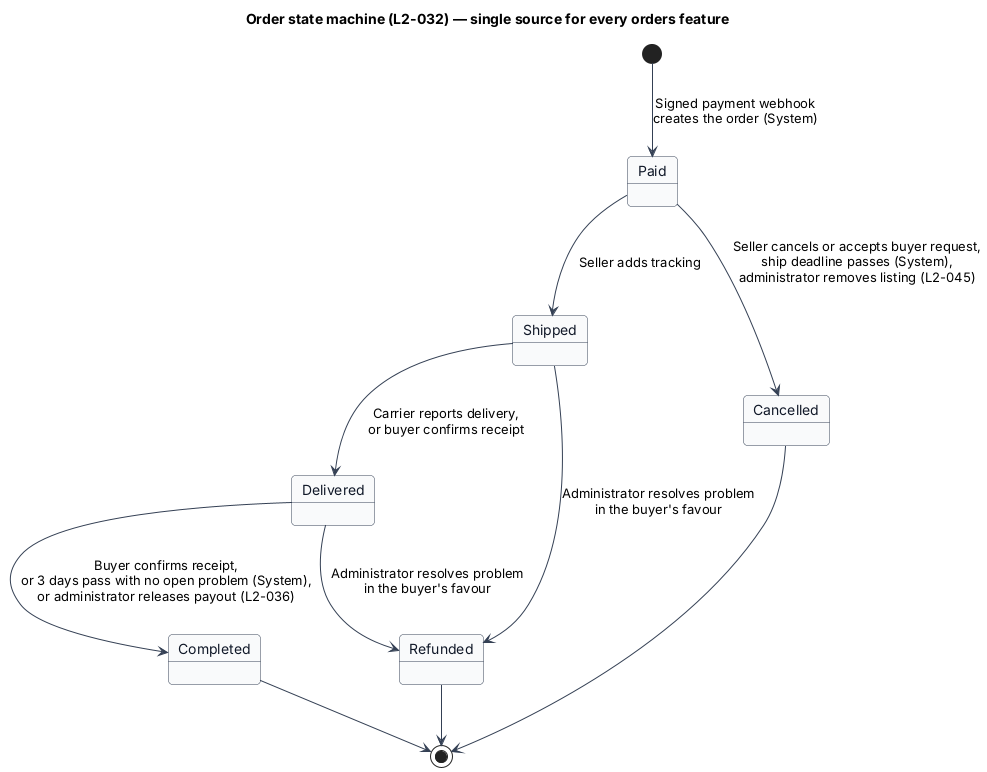
The PlantUML diagram docs/detailed-designs/orders/ship-order/diagrams/state-machine.png in QuinntyneBrown/12l, before a commit. The source it was exported from:
```plantuml
@startuml
skinparam backgroundColor #FFFFFF
skinparam shadowing false
skinparam roundcorner 8
skinparam defaultFontName Arial
skinparam ArrowColor #344054
skinparam class {
  BorderColor #344054
  FontColor #101828
  BackgroundColor #F9FAFB
}

skinparam state {
  BorderColor #344054
  FontColor #101828
  BackgroundColor #F9FAFB
}
title Order state machine (L2-032) — single source for every orders feature
[*] --> Paid : Signed payment webhook\ncreates the order (System)
Paid --> Shipped : Seller adds tracking
Paid --> Cancelled : Seller cancels or accepts buyer request,\nship deadline passes (System),\nadministrator removes listing (L2-045)
Shipped --> Delivered : Carrier reports delivery,\nor buyer confirms receipt
Delivered --> Completed : Buyer confirms receipt,\nor 3 days pass with no open problem (System),\nor administrator releases payout (L2-036)
Shipped --> Refunded : Administrator resolves problem\nin the buyer's favour
Delivered --> Refunded : Administrator resolves problem\nin the buyer's favour
Completed --> [*]
Cancelled --> [*]
Refunded --> [*]
@enduml
```
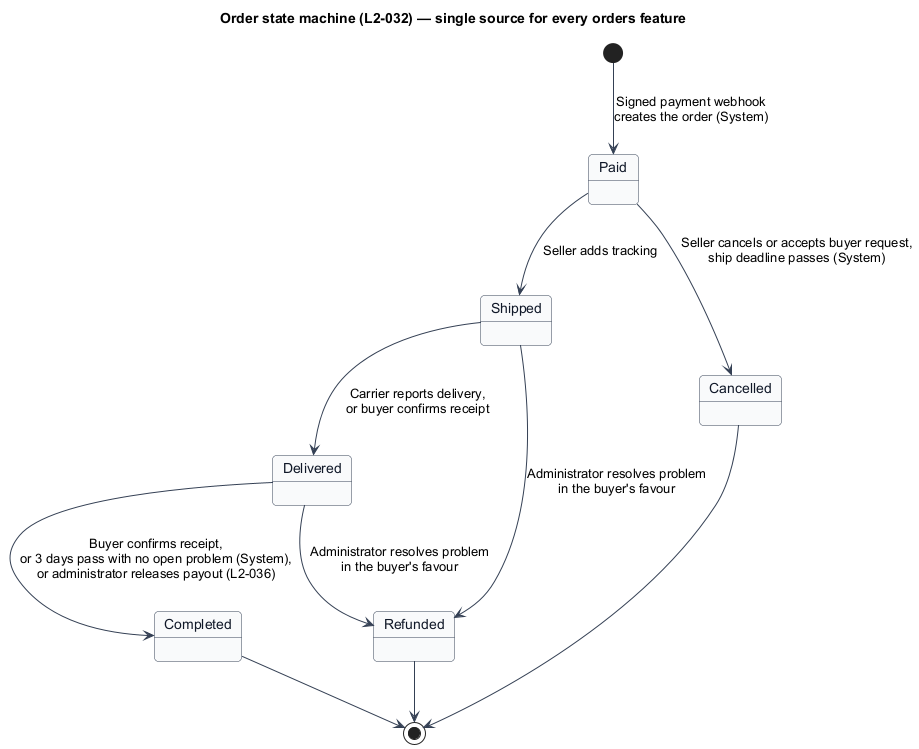
After the change.

Diff of the diagram source:
```diff
@@ -18,7 +18,7 @@
 title Order state machine (L2-032) — single source for every orders feature
 [*] --> Paid : Signed payment webhook\ncreates the order (System)
 Paid --> Shipped : Seller adds tracking
-Paid --> Cancelled : Seller cancels or accepts buyer request,\nship deadline passes (System),\nadministrator removes listing (L2-045)
+Paid --> Cancelled : Seller cancels or accepts buyer request,\nship deadline passes (System)
 Shipped --> Delivered : Carrier reports delivery,\nor buyer confirms receipt
 Delivered --> Completed : Buyer confirms receipt,\nor 3 days pass with no open problem (System),\nor administrator releases payout (L2-036)
 Shipped --> Refunded : Administrator resolves problem\nin the buyer's favour
```
